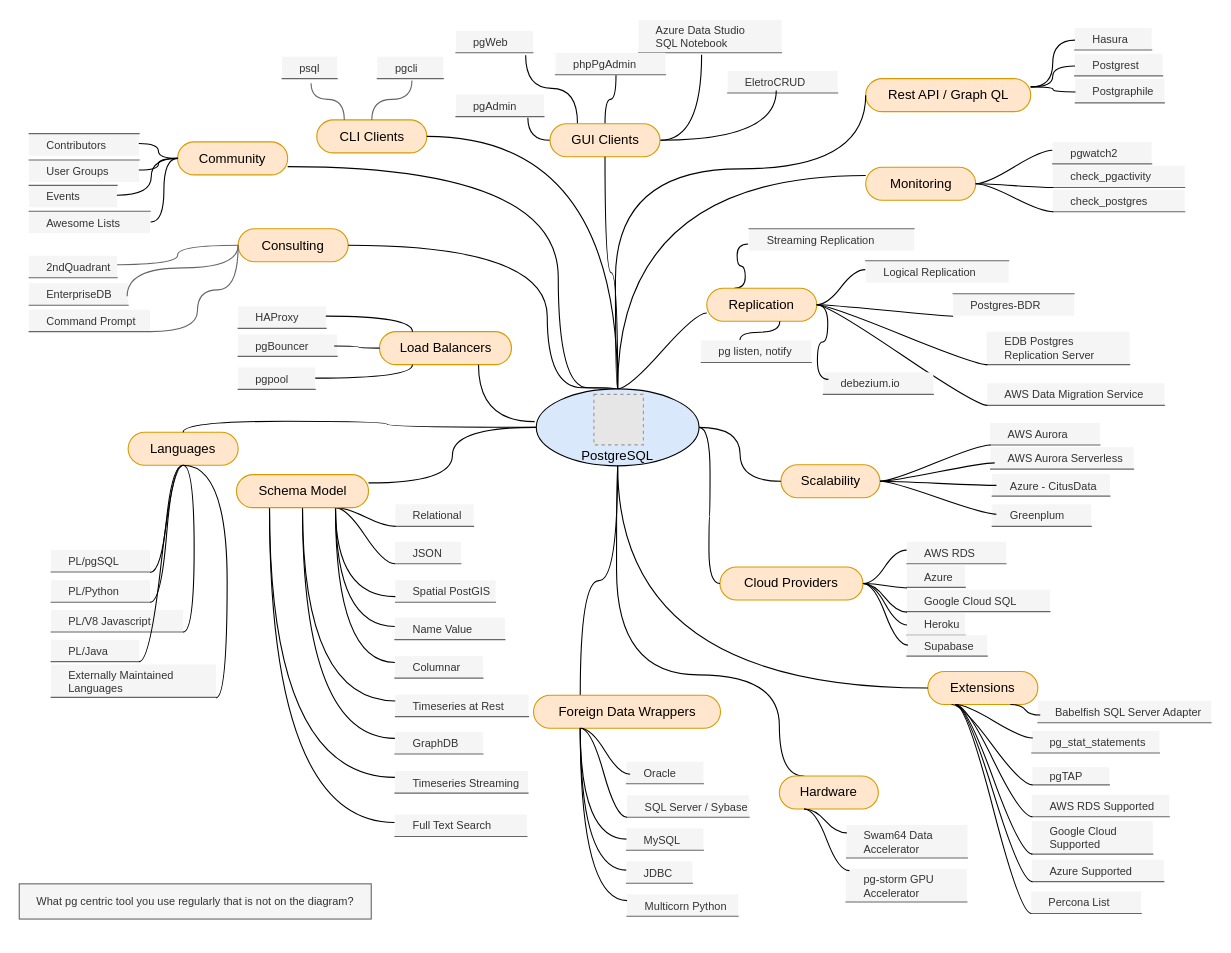
This is postgresql-ecosystem.drawio from EfficiencyGeek/postgresql-ecosystem, a draw.io file, before an edit. Source tidied: cells renumbered, new cells numbered last; positions are measured from the earlier drawing's top-left corner, leaving out a move shared by most shapes. Both pictures are drawn from the tidied source at 110%, with x=0, y=0 at pixel (19, 19). Pictures stored in the file or linked from it are replaced by grey dashed boxes.
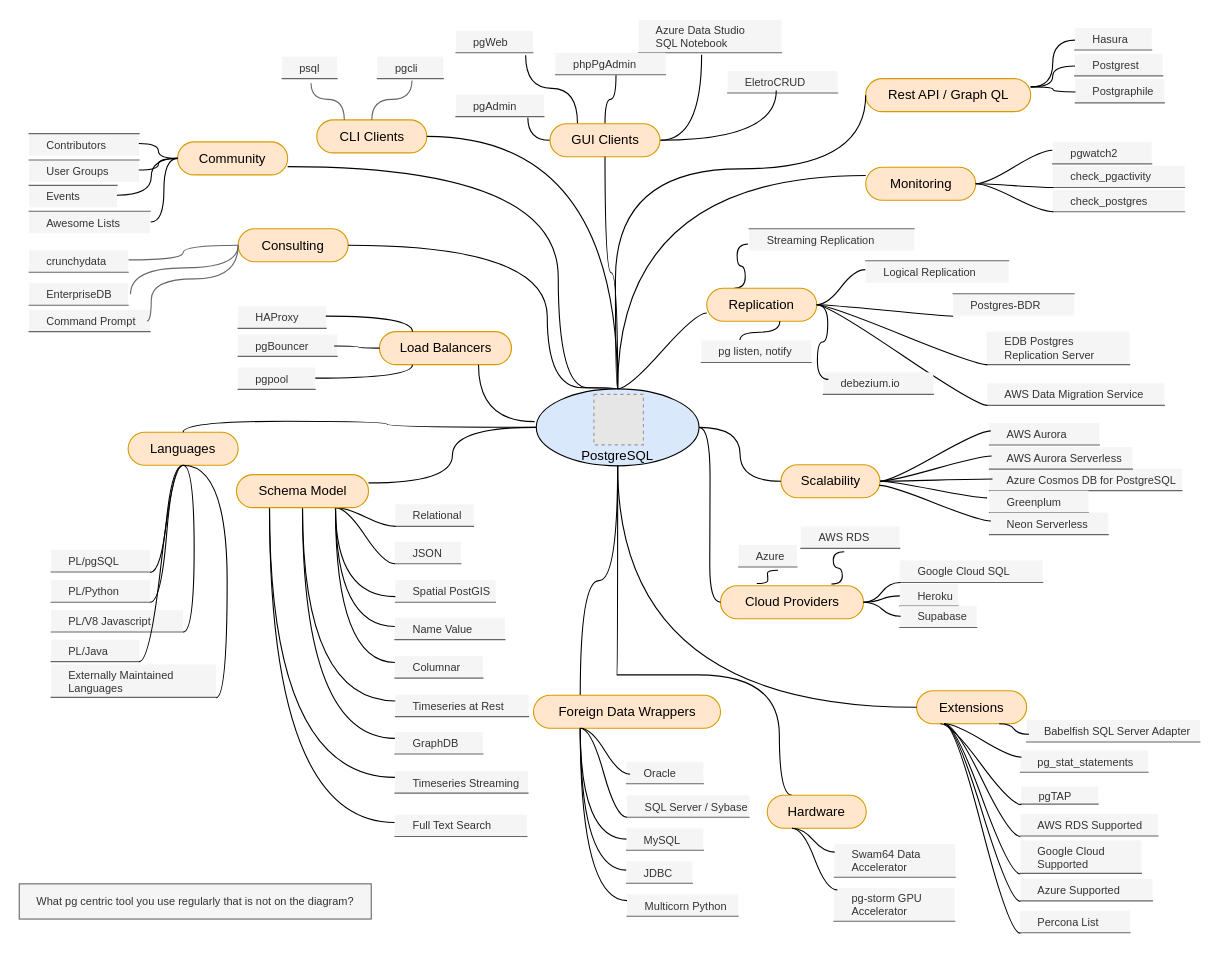
After the change.

Commit message:
Added Neon Serverless, Crunchydata

Unchanged cells that the change refers to:
```xml
<mxCell id="47" value="Scalability" style="whiteSpace=wrap;html=1;rounded=1;arcSize=50;align=center;verticalAlign=middle;strokeWidth=1;spacing=4;fillColor=#ffe6cc;strokeColor=#d79b00;" parent="1" vertex="1">
  <mxGeometry x="692.5" y="405" width="90" height="30" as="geometry" />
</mxCell>
<mxCell id="112" value="Consulting" style="whiteSpace=wrap;html=1;rounded=1;arcSize=50;align=center;verticalAlign=middle;strokeWidth=1;spacing=4;fillColor=#ffe6cc;strokeColor=#d79b00;flipH=0;flipV=0;" parent="1" vertex="1">
  <mxGeometry x="199" y="190.5" width="100" height="30" as="geometry" />
</mxCell>
<mxCell id="115" value="EnterpriseDB" style="whiteSpace=wrap;html=1;shape=partialRectangle;top=0;left=0;bottom=1;right=0;points=[[0,1],[1,1]];strokeColor=#666666;fillColor=#f5f5f5;align=left;verticalAlign=middle;routingCenterY=0.5;snapToPoint=1;fontColor=#333333;fontSize=10;spacingLeft=14;flipV=0;" parent="1" vertex="1">
  <mxGeometry x="9" y="240" width="90" height="20" as="geometry" />
</mxCell>
<mxCell id="116" value="Command Prompt" style="whiteSpace=wrap;html=1;shape=partialRectangle;top=0;left=0;bottom=1;right=0;points=[[0,1],[1,1]];strokeColor=#666666;fillColor=#f5f5f5;align=left;verticalAlign=middle;routingCenterY=0.5;snapToPoint=1;fontColor=#333333;fontSize=10;spacingLeft=14;flipV=0;" parent="1" vertex="1">
  <mxGeometry x="9" y="264" width="110" height="20" as="geometry" />
</mxCell>
```

Diff of the diagram source:
```diff
@@
     <mxCell id="7" value="Extensions" style="whiteSpace=wrap;html=1;rounded=1;arcSize=50;align=center;verticalAlign=middle;strokeWidth=1;spacing=4;strokeColor=#d79b00;fillColor=#ffe6cc;" parent="1" vertex="1">
-      <mxGeometry x="826" y="593" width="100" height="30" as="geometry" />
+      <mxGeometry x="815.8" y="610.5" width="100" height="30" as="geometry" />
     </mxCell>
@@
     <mxCell id="36" value="Cloud Providers" style="whiteSpace=wrap;html=1;rounded=1;arcSize=50;align=center;verticalAlign=middle;strokeWidth=1;spacing=4;fillColor=#ffe6cc;strokeColor=#d79b00;" parent="1" vertex="1">
-      <mxGeometry x="637" y="498" width="130" height="30" as="geometry" />
+      <mxGeometry x="637.5" y="515" width="130" height="30" as="geometry" />
     </mxCell>
     <mxCell id="37" value="Hardware" style="whiteSpace=wrap;html=1;rounded=1;arcSize=50;align=center;verticalAlign=middle;strokeWidth=1;spacing=4;fillColor=#ffe6cc;strokeColor=#d79b00;" parent="1" vertex="1">
-      <mxGeometry x="691" y="688" width="90" height="30" as="geometry" />
+      <mxGeometry x="680" y="705.5" width="90" height="30" as="geometry" />
     </mxCell>
     <mxCell id="38" value="AWS Aurora" style="whiteSpace=wrap;html=1;shape=partialRectangle;top=0;left=0;bottom=1;right=0;points=[[0,1],[1,1]];strokeColor=#666666;fillColor=#f5f5f5;align=left;verticalAlign=middle;routingCenterY=0.5;snapToPoint=1;fontColor=#333333;fontSize=10;spacingLeft=14;" parent="1" vertex="1">
-      <mxGeometry x="882.5" y="367" width="100" height="20" as="geometry" />
+      <mxGeometry x="882" y="367" width="100" height="20" as="geometry" />
     </mxCell>
-    <mxCell id="39" style="edgeStyle=entityRelationEdgeStyle;startArrow=none;endArrow=none;segment=10;curved=1;entryX=-0.003;entryY=0.379;entryDx=0;entryDy=0;entryPerimeter=0;" parent="1" edge="1" source="36" target="40">
+    <mxCell id="39" style="edgeStyle=entityRelationEdgeStyle;startArrow=none;endArrow=none;segment=10;curved=1;exitX=0.775;exitY=-0.051;exitDx=0;exitDy=0;exitPerimeter=0;entryX=0.439;entryY=1.157;entryDx=0;entryDy=0;entryPerimeter=0;" parent="1" edge="1" source="36" target="40">
       <mxGeometry relative="1" as="geometry" />
     </mxCell>
     <mxCell id="40" value="AWS RDS" style="whiteSpace=wrap;html=1;shape=partialRectangle;top=0;left=0;bottom=1;right=0;points=[[0,1],[1,1]];strokeColor=#666666;fillColor=#f5f5f5;align=left;verticalAlign=middle;routingCenterY=0.5;snapToPoint=1;fontColor=#333333;fontSize=10;spacingLeft=14;" parent="1" vertex="1">
-      <mxGeometry x="807" y="475" width="90" height="20" as="geometry" />
+      <mxGeometry x="710.5" y="461" width="90" height="20" as="geometry" />
     </mxCell>
     <mxCell id="41" value="Azure" style="whiteSpace=wrap;html=1;shape=partialRectangle;top=0;left=0;bottom=1;right=0;points=[[0,1],[1,1]];strokeColor=#666666;fillColor=#f5f5f5;align=left;verticalAlign=middle;routingCenterY=0.5;snapToPoint=1;fontColor=#333333;fontSize=10;spacingLeft=14;" parent="1" vertex="1">
-      <mxGeometry x="807" y="496.5" width="53" height="20" as="geometry" />
+      <mxGeometry x="654" y="478" width="53" height="20" as="geometry" />
     </mxCell>
-    <mxCell id="42" value="Azure - CitusData" style="whiteSpace=wrap;html=1;shape=partialRectangle;top=0;left=0;bottom=1;right=0;points=[[0,1],[1,1]];strokeColor=#666666;fillColor=#f5f5f5;align=left;verticalAlign=middle;routingCenterY=0.5;snapToPoint=1;fontColor=#333333;fontSize=10;spacingLeft=14;" parent="1" vertex="1">
-      <mxGeometry x="884.5" y="413.5" width="107" height="20" as="geometry" />
+    <mxCell id="42" value="Azure Cosmos DB for PostgreSQL" style="whiteSpace=wrap;html=1;shape=partialRectangle;top=0;left=0;bottom=1;right=0;points=[[0,1],[1,1]];strokeColor=#666666;fillColor=#f5f5f5;align=left;verticalAlign=middle;routingCenterY=0.5;snapToPoint=1;fontColor=#333333;fontSize=10;spacingLeft=14;" parent="1" vertex="1">
+      <mxGeometry x="882" y="408.5" width="175" height="20" as="geometry" />
     </mxCell>
     <mxCell id="43" value="Google Cloud SQL" style="whiteSpace=wrap;html=1;shape=partialRectangle;top=0;left=0;bottom=1;right=0;points=[[0,1],[1,1]];strokeColor=#666666;fillColor=#f5f5f5;align=left;verticalAlign=middle;routingCenterY=0.5;snapToPoint=1;fontColor=#333333;fontSize=10;spacingLeft=14;" parent="1" vertex="1">
-      <mxGeometry x="807" y="518.5" width="130" height="20" as="geometry" />
+      <mxGeometry x="800.5" y="492" width="130" height="20" as="geometry" />
     </mxCell>
-    <mxCell id="44" style="edgeStyle=entityRelationEdgeStyle;startArrow=none;endArrow=none;segment=10;curved=1;exitX=1;exitY=0.5;exitDx=0;exitDy=0;" parent="1" edge="1" source="36" target="41">
-      <mxGeometry relative="1" as="geometry" />
+    <mxCell id="44" style="edgeStyle=entityRelationEdgeStyle;startArrow=none;endArrow=none;segment=10;curved=1;entryX=0.676;entryY=1.145;entryDx=0;entryDy=0;entryPerimeter=0;" parent="1" edge="1" target="41">
+      <mxGeometry relative="1" as="geometry">
+        <mxPoint x="670.5" y="513" as="sourcePoint" />
+      </mxGeometry>
     </mxCell>
@@
-    <mxCell id="48" style="edgeStyle=entityRelationEdgeStyle;startArrow=none;endArrow=none;segment=10;curved=1;" parent="1" edge="1" source="47" target="38">
+    <mxCell id="48" style="edgeStyle=entityRelationEdgeStyle;startArrow=none;endArrow=none;segment=10;curved=1;entryX=0.012;entryY=0.36;entryDx=0;entryDy=0;entryPerimeter=0;" parent="1" edge="1" source="47" target="38">
       <mxGeometry relative="1" as="geometry" />
     </mxCell>
     <mxCell id="49" value="Greenplum" style="whiteSpace=wrap;html=1;shape=partialRectangle;top=0;left=0;bottom=1;right=0;points=[[0,1],[1,1]];strokeColor=#666666;fillColor=#f5f5f5;align=left;verticalAlign=middle;routingCenterY=0.5;snapToPoint=1;fontColor=#333333;fontSize=10;spacingLeft=14;" parent="1" vertex="1">
-      <mxGeometry x="884.5" y="441" width="90" height="20" as="geometry" />
+      <mxGeometry x="882" y="428.5" width="90" height="20" as="geometry" />
     </mxCell>
@@
-    <mxCell id="51" style="edgeStyle=entityRelationEdgeStyle;startArrow=none;endArrow=none;segment=10;curved=1;exitX=1;exitY=0.5;exitDx=0;exitDy=0;entryX=0.036;entryY=0.514;entryDx=0;entryDy=0;entryPerimeter=0;" parent="1" edge="1" source="47" target="42">
+    <mxCell id="51" style="edgeStyle=entityRelationEdgeStyle;startArrow=none;endArrow=none;segment=10;curved=1;exitX=1;exitY=0.5;exitDx=0;exitDy=0;entryX=0.016;entryY=0.475;entryDx=0;entryDy=0;entryPerimeter=0;" parent="1" edge="1" source="47" target="42">
       <mxGeometry relative="1" as="geometry" />
     </mxCell>
-    <mxCell id="52" style="edgeStyle=entityRelationEdgeStyle;startArrow=none;endArrow=none;segment=10;curved=1;exitX=1;exitY=0.5;exitDx=0;exitDy=0;entryX=0.043;entryY=0.449;entryDx=0;entryDy=0;entryPerimeter=0;" parent="1" edge="1" source="47" target="49">
+    <mxCell id="52" style="edgeStyle=entityRelationEdgeStyle;startArrow=none;endArrow=none;segment=10;curved=1;exitX=1;exitY=0.5;exitDx=0;exitDy=0;entryX=-0.024;entryY=0.332;entryDx=0;entryDy=0;entryPerimeter=0;" parent="1" edge="1" source="47" target="49">
       <mxGeometry relative="1" as="geometry" />
     </mxCell>
@@
     <mxCell id="70" value="pgTAP" style="whiteSpace=wrap;html=1;shape=partialRectangle;top=0;left=0;bottom=1;right=0;points=[[0,1],[1,1]];strokeColor=#666666;fillColor=#f5f5f5;align=left;verticalAlign=middle;routingCenterY=0.5;snapToPoint=1;fontColor=#333333;flipV=0;fontSize=10;spacingLeft=14;" parent="1" vertex="1">
-      <mxGeometry x="921" y="680" width="70" height="16" as="geometry" />
+      <mxGeometry x="910.8" y="697.5" width="70" height="16" as="geometry" />
     </mxCell>
     <mxCell id="71" value="pg_stat_statements" style="whiteSpace=wrap;html=1;shape=partialRectangle;top=0;left=0;bottom=1;right=0;points=[[0,1],[1,1]];strokeColor=#666666;fillColor=#f5f5f5;align=left;verticalAlign=middle;routingCenterY=0.5;snapToPoint=1;fontColor=#333333;flipV=0;fontSize=10;spacingLeft=14;" parent="1" vertex="1">
-      <mxGeometry x="920.5" y="647" width="116" height="20" as="geometry" />
+      <mxGeometry x="910.2" y="664.5" width="116" height="20" as="geometry" />
     </mxCell>
     <mxCell id="72" value="Percona List" style="whiteSpace=wrap;html=1;shape=partialRectangle;top=0;left=0;bottom=1;right=0;points=[[0,1],[1,1]];strokeColor=#666666;fillColor=#f5f5f5;align=left;verticalAlign=middle;routingCenterY=0.5;snapToPoint=1;fontColor=#333333;fontSize=10;spacingLeft=14;" parent="1" vertex="1">
-      <mxGeometry x="920" y="793" width="100" height="20" as="geometry" />
+      <mxGeometry x="909.8" y="810.5" width="100" height="20" as="geometry" />
     </mxCell>
@@
     <mxCell id="75" value="Google Cloud &lt;br&gt;Supported" style="whiteSpace=wrap;html=1;shape=partialRectangle;top=0;left=0;bottom=1;right=0;points=[[0,1],[1,1]];strokeColor=#666666;fillColor=#f5f5f5;align=left;verticalAlign=middle;routingCenterY=0.5;snapToPoint=1;fontColor=#333333;spacingLeft=14;fontSize=10;" parent="1" vertex="1">
-      <mxGeometry x="920.5" y="729" width="110" height="30" as="geometry" />
+      <mxGeometry x="910.2" y="746.5" width="110" height="30" as="geometry" />
     </mxCell>
     <mxCell id="76" value="AWS RDS Supported" style="whiteSpace=wrap;html=1;shape=partialRectangle;top=0;left=0;bottom=1;right=0;points=[[0,1],[1,1]];strokeColor=#666666;fillColor=#f5f5f5;align=left;verticalAlign=middle;routingCenterY=0.5;snapToPoint=1;fontColor=#333333;flipV=0;fontSize=10;spacingLeft=14;" parent="1" vertex="1">
-      <mxGeometry x="920.5" y="705" width="125" height="20" as="geometry" />
+      <mxGeometry x="910.2" y="722.5" width="125" height="20" as="geometry" />
     </mxCell>
     <mxCell id="77" value="Azure Supported" style="whiteSpace=wrap;html=1;shape=partialRectangle;top=0;left=0;bottom=1;right=0;points=[[0,1],[1,1]];strokeColor=#666666;fillColor=#f5f5f5;align=left;verticalAlign=middle;routingCenterY=0.5;snapToPoint=1;fontColor=#333333;fontSize=10;spacingLeft=14;" parent="1" vertex="1">
-      <mxGeometry x="920.5" y="764" width="120" height="20" as="geometry" />
+      <mxGeometry x="910.2" y="781.5" width="120" height="20" as="geometry" />
     </mxCell>
@@
     <mxCell id="84" value="Swam64 Data&lt;br&gt;Accelerator" style="whiteSpace=wrap;html=1;shape=partialRectangle;top=0;left=0;bottom=1;right=0;points=[[0,1],[1,1]];strokeColor=#666666;fillColor=#f5f5f5;align=left;verticalAlign=middle;routingCenterY=0.5;snapToPoint=1;fontColor=#333333;fontSize=10;spacingLeft=14;" parent="1" vertex="1">
-      <mxGeometry x="752" y="732.5" width="110" height="30" as="geometry" />
+      <mxGeometry x="741" y="750" width="110" height="30" as="geometry" />
     </mxCell>
@@
     <mxCell id="86" value="pg-storm GPU &lt;br&gt;Accelerator" style="whiteSpace=wrap;html=1;shape=partialRectangle;top=0;left=0;bottom=1;right=0;points=[[0,1],[1,1]];strokeColor=#666666;fillColor=#f5f5f5;align=left;verticalAlign=middle;routingCenterY=0.5;snapToPoint=1;fontColor=#333333;fontSize=10;spacingLeft=14;" parent="1" vertex="1">
-      <mxGeometry x="751.5" y="772.5" width="110" height="30" as="geometry" />
+      <mxGeometry x="740.5" y="790" width="110" height="30" as="geometry" />
     </mxCell>
@@
-    <mxCell id="113" style="edgeStyle=orthogonalEdgeStyle;startArrow=none;endArrow=none;segment=10;curved=1;fontSize=10;fontColor=#333333;align=left;strokeColor=#666666;fillColor=#f5f5f5;spacingLeft=14;entryX=0.959;entryY=0.407;entryDx=0;entryDy=0;entryPerimeter=0;" parent="1" edge="1" source="112" target="114">
+    <mxCell id="113" style="edgeStyle=orthogonalEdgeStyle;startArrow=none;endArrow=none;segment=10;curved=1;fontSize=10;fontColor=#333333;align=left;strokeColor=#666666;fillColor=#f5f5f5;spacingLeft=14;entryX=1.003;entryY=0.438;entryDx=0;entryDy=0;entryPerimeter=0;" parent="1" edge="1" source="112" target="114">
       <mxGeometry relative="1" as="geometry" />
     </mxCell>
-    <mxCell id="114" value="2ndQuadrant" style="whiteSpace=wrap;html=1;shape=partialRectangle;top=0;left=0;bottom=1;right=0;points=[[0,1],[1,1]];strokeColor=#666666;fillColor=#f5f5f5;align=left;verticalAlign=middle;routingCenterY=0.5;snapToPoint=1;fontColor=#333333;fontSize=10;spacingLeft=14;flipV=0;" parent="1" vertex="1">
-      <mxGeometry x="9" y="215" width="80" height="20" as="geometry" />
+    <mxCell id="114" value="crunchydata" style="whiteSpace=wrap;html=1;shape=partialRectangle;top=0;left=0;bottom=1;right=0;points=[[0,1],[1,1]];strokeColor=#666666;fillColor=#f5f5f5;align=left;verticalAlign=middle;routingCenterY=0.5;snapToPoint=1;fontColor=#333333;fontSize=10;spacingLeft=14;flipV=0;" parent="1" vertex="1">
+      <mxGeometry x="9" y="210" width="90" height="20" as="geometry" />
     </mxCell>
@@
-    <mxCell id="117" style="edgeStyle=orthogonalEdgeStyle;startArrow=none;endArrow=none;segment=10;curved=1;fontSize=10;fontColor=#333333;align=left;strokeColor=#666666;fillColor=#f5f5f5;spacingLeft=14;entryX=0.99;entryY=0.586;entryDx=0;entryDy=0;entryPerimeter=0;exitX=0;exitY=0.5;exitDx=0;exitDy=0;" parent="1" edge="1" source="112" target="115">
+    <mxCell id="117" style="edgeStyle=orthogonalEdgeStyle;startArrow=none;endArrow=none;segment=10;curved=1;fontSize=10;fontColor=#333333;align=left;strokeColor=#666666;fillColor=#f5f5f5;spacingLeft=14;exitX=0;exitY=0.5;exitDx=0;exitDy=0;entryX=1.024;entryY=0.5;entryDx=0;entryDy=0;entryPerimeter=0;" parent="1" edge="1" source="112" target="115">
       <mxGeometry relative="1" as="geometry">
         <Array as="points">
           <mxPoint x="199" y="226" />
-          <mxPoint x="98" y="226" />
+          <mxPoint x="101" y="226" />
         </Array>
       </mxGeometry>
     </mxCell>
@@
-    <mxCell id="120" value="Heroku" style="whiteSpace=wrap;html=1;shape=partialRectangle;top=0;left=0;bottom=1;right=0;points=[[0,1],[1,1]];strokeColor=#666666;fillColor=#f5f5f5;align=left;verticalAlign=middle;routingCenterY=0.5;snapToPoint=1;fontColor=#333333;fontSize=10;spacingLeft=14;" parent="1" vertex="1">
-      <mxGeometry x="807" y="540" width="53" height="20" as="geometry" />
+    <mxCell id="120" value="Heroku" style="whiteSpace=wrap;html=1;shape=partialRectangle;top=0;left=0;bottom=1;right=0;points=[[0,1],[1,1]];strokeColor=#666666;fillColor=#f5f5f5;align=left;verticalAlign=middle;routingCenterY=0.5;snapToPoint=1;fontColor=#333333;fontSize=10;spacingLeft=14;" parent="1" vertex="1" collapsed="1">
+      <mxGeometry x="800.5" y="513.5" width="53" height="20" as="geometry" />
     </mxCell>
@@
-    <mxCell id="151" style="edgeStyle=orthogonalEdgeStyle;startArrow=none;endArrow=none;segment=10;curved=1;fontSize=10;fontColor=#333333;align=left;strokeColor=#666666;fillColor=#f5f5f5;spacingLeft=14;exitX=0;exitY=0.5;exitDx=0;exitDy=0;" parent="1" edge="1" source="112" target="116">
+    <mxCell id="151" style="edgeStyle=orthogonalEdgeStyle;startArrow=none;endArrow=none;segment=10;curved=1;fontSize=10;fontColor=#333333;align=left;strokeColor=#666666;fillColor=#f5f5f5;spacingLeft=14;exitX=0;exitY=0.5;exitDx=0;exitDy=0;entryX=0.973;entryY=0.519;entryDx=0;entryDy=0;entryPerimeter=0;" parent="1" edge="1" source="112" target="116">
       <mxGeometry relative="1" as="geometry">
         <Array as="points">
-          <mxPoint x="199" y="246" />
-          <mxPoint x="162" y="246" />
-          <mxPoint x="162" y="284" />
-          <mxPoint x="64" y="284" />
+          <mxPoint x="199" y="236" />
+          <mxPoint x="120" y="236" />
+          <mxPoint x="120" y="274" />
         </Array>
       </mxGeometry>
     </mxCell>
@@
     <mxCell id="163" value="AWS Aurora Serverless" style="whiteSpace=wrap;html=1;shape=partialRectangle;top=0;left=0;bottom=1;right=0;points=[[0,1],[1,1]];strokeColor=#666666;fillColor=#f5f5f5;align=left;verticalAlign=middle;routingCenterY=0.5;snapToPoint=1;fontColor=#333333;fontSize=10;spacingLeft=14;" parent="1" vertex="1">
-      <mxGeometry x="883" y="389" width="130" height="20" as="geometry" />
+      <mxGeometry x="882" y="389" width="130" height="20" as="geometry" />
     </mxCell>
-    <mxCell id="164" style="edgeStyle=entityRelationEdgeStyle;startArrow=none;endArrow=none;segment=10;curved=1;entryX=0.029;entryY=0.713;entryDx=0;entryDy=0;entryPerimeter=0;exitX=1;exitY=0.5;exitDx=0;exitDy=0;" parent="1" edge="1" source="47" target="163">
+    <mxCell id="164" style="edgeStyle=entityRelationEdgeStyle;startArrow=none;endArrow=none;segment=10;curved=1;entryX=0.015;entryY=0.402;entryDx=0;entryDy=0;entryPerimeter=0;exitX=1;exitY=0.5;exitDx=0;exitDy=0;" parent="1" edge="1" source="47" target="163">
       <mxGeometry relative="1" as="geometry" />
     </mxCell>
     <mxCell id="165" value="&lt;font style=&quot;font-size: 10px&quot;&gt;Babelfish SQL Server Adapter&lt;/font&gt;" style="whiteSpace=wrap;html=1;shape=partialRectangle;top=0;left=0;bottom=1;right=0;points=[[0,1],[1,1]];strokeColor=#666666;fillColor=#f5f5f5;align=left;verticalAlign=middle;routingCenterY=0.5;snapToPoint=1;fontColor=#333333;flipV=0;fontSize=10;spacingLeft=14;" parent="1" vertex="1">
-      <mxGeometry x="926" y="619.5" width="157.5" height="20" as="geometry" />
+      <mxGeometry x="915.8" y="637" width="157.5" height="20" as="geometry" />
     </mxCell>
@@
     <mxCell id="167" value="Supabase" style="whiteSpace=wrap;html=1;shape=partialRectangle;top=0;left=0;bottom=1;right=0;points=[[0,1],[1,1]];strokeColor=#666666;fillColor=#f5f5f5;align=left;verticalAlign=middle;routingCenterY=0.5;snapToPoint=1;fontColor=#333333;fontSize=10;spacingLeft=14;" parent="1" vertex="1">
-      <mxGeometry x="807" y="560" width="73" height="19" as="geometry" />
+      <mxGeometry x="800.5" y="533.5" width="70" height="19.5" as="geometry" />
     </mxCell>
@@
+    <mxCell id="169" value="Neon Serverless" style="whiteSpace=wrap;html=1;shape=partialRectangle;top=0;left=0;bottom=1;right=0;points=[[0,1],[1,1]];strokeColor=#666666;fillColor=#f5f5f5;align=left;verticalAlign=middle;routingCenterY=0.5;snapToPoint=1;fontColor=#333333;fontSize=10;spacingLeft=14;" parent="1" vertex="1">
+      <mxGeometry x="882" y="448.5" width="108" height="20" as="geometry" />
+    </mxCell>
+    <mxCell id="170" style="edgeStyle=entityRelationEdgeStyle;startArrow=none;endArrow=none;segment=10;curved=1;entryX=0.012;entryY=0.38;entryDx=0;entryDy=0;entryPerimeter=0;exitX=0.993;exitY=0.624;exitDx=0;exitDy=0;exitPerimeter=0;" parent="1" edge="1" source="47" target="169">
+      <mxGeometry relative="1" as="geometry" />
+    </mxCell>
```
